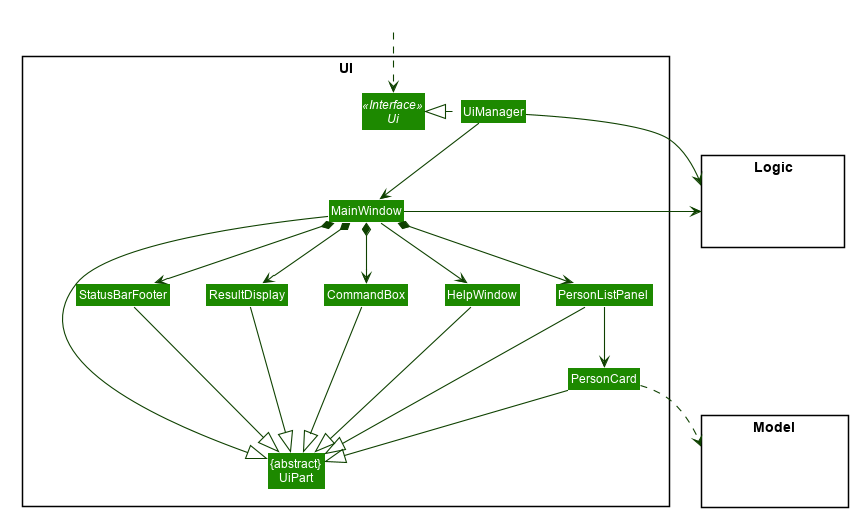
Before: images/UiClassDiagram.png, a diagram exported from PlantUML (AY1920S1-CS2103T-W12-1/main). Its diagram source:
```plantuml
@startuml








skinparam BackgroundColor #FFFFFFF

skinparam Shadowing false

skinparam Class {
    FontColor #FFFFFF
    BorderThickness 1
    BorderColor #FFFFFF
    StereotypeFontColor #FFFFFF
    FontName Arial
}

skinparam Actor {
    BorderColor #000000
    Color #000000
    FontName Arial
}

skinparam Sequence {
    MessageAlign center
    BoxFontSize 15
    BoxPadding 0
    BoxFontColor #FFFFFF
    FontName Arial
}

skinparam Participant {
    FontColor #FFFFFFF
    Padding 20
}

skinparam MinClassWidth 50
skinparam ParticipantPadding 10
skinparam Shadowing false
skinparam DefaultTextAlignment center
skinparam packageStyle Rectangle

hide footbox
hide members
hide circle
skinparam arrowThickness 1.1
skinparam arrowColor #0E4100
skinparam classBackgroundColor #1D8900

package UI <<Rectangle>>{
Interface Ui <<Interface>>
Class "{abstract}\nUiPart" as UiPart
Class UiManager
Class MainWindow
Class HelpWindow
Class ResultDisplay
Class PersonListPanel
Class PersonCard
Class StatusBarFooter
Class CommandBox
}

package Model <<Rectangle>> {
Class HiddenModel #FFFFFF
}

package Logic <<Rectangle>> {
Class HiddenLogic #FFFFFF
}

Class HiddenOutside #FFFFFF
HiddenOutside ..> Ui

UiManager .left.|> Ui
UiManager -down-> MainWindow
MainWindow --> HelpWindow
MainWindow *-down-> CommandBox
MainWindow *-down-> ResultDisplay
MainWindow *-down-> PersonListPanel
MainWindow *-down-> StatusBarFooter

PersonListPanel -down-> PersonCard

MainWindow -left-|> UiPart

ResultDisplay --|> UiPart
CommandBox --|> UiPart
PersonListPanel --|> UiPart
PersonCard --|> UiPart
StatusBarFooter --|> UiPart
HelpWindow -down-|> UiPart

PersonCard ..> Model
UiManager -right-> Logic
MainWindow -left-> Logic

PersonListPanel -[hidden]left- HelpWindow
HelpWindow -[hidden]left- CommandBox
CommandBox -[hidden]left- ResultDisplay
ResultDisplay -[hidden]left- StatusBarFooter

MainWindow -[hidden]-|> UiPart
@enduml
```
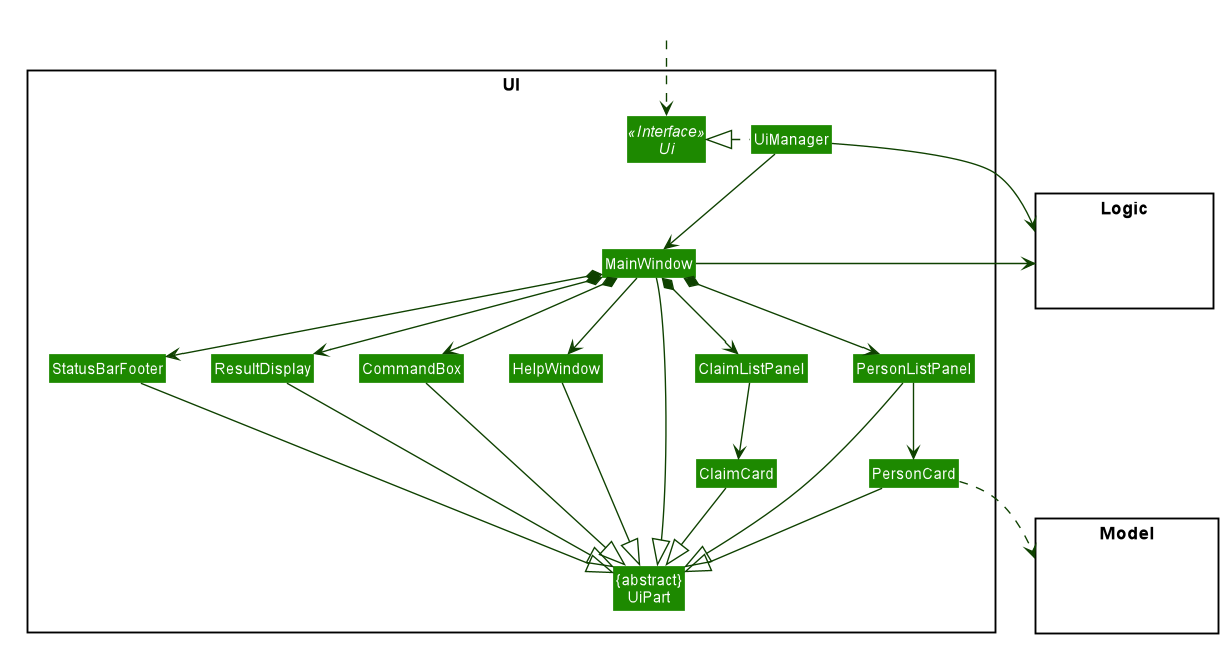
Above is the later version.

The edit, as a diff of the source:
```diff
@@ -17,6 +17,7 @@
     BorderColor #FFFFFF
     StereotypeFontColor #FFFFFF
     FontName Arial
+    MemberColor #FFFFFF
 }
 
 skinparam Actor {
@@ -62,6 +63,8 @@
 Class PersonCard
 Class StatusBarFooter
 Class CommandBox
+Class ClaimListPanel
+Class ClaimCard
 }
 
 package Model <<Rectangle>> {
@@ -81,9 +84,11 @@
 MainWindow *-down-> CommandBox
 MainWindow *-down-> ResultDisplay
 MainWindow *-down-> PersonListPanel
+MainWindow *-down-> ClaimListPanel
 MainWindow *-down-> StatusBarFooter
 
 PersonListPanel -down-> PersonCard
+ClaimListPanel -down-> ClaimCard
 
 MainWindow -left-|> UiPart
 
@@ -91,6 +96,7 @@
 CommandBox --|> UiPart
 PersonListPanel --|> UiPart
 PersonCard --|> UiPart
+ClaimCard --|> UiPart
 StatusBarFooter --|> UiPart
 HelpWindow -down-|> UiPart
 
@@ -99,6 +105,8 @@
 MainWindow -left-> Logic
 
 PersonListPanel -[hidden]left- HelpWindow
+ClaimListPanel -[hidden]left- PersonListPanel
+ClaimCard -[hidden]left- PersonCard
 HelpWindow -[hidden]left- CommandBox
 CommandBox -[hidden]left- ResultDisplay
 ResultDisplay -[hidden]left- StatusBarFooter
```
